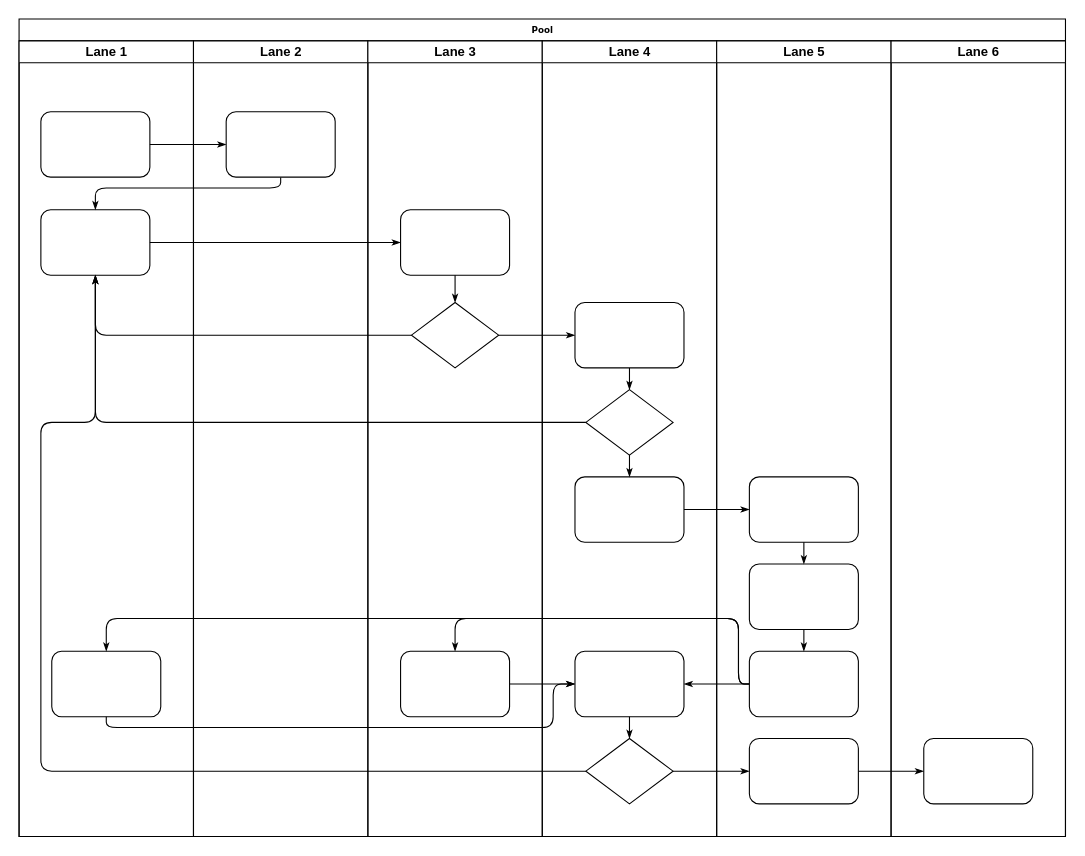
Before: stability_triage.drawio in skyliangbogit/test, a draw.io diagram. Source tidied: cells renumbered, new cells numbered last; positions are measured from the earlier drawing's top-left corner, leaving out a move shared by most shapes. Both pictures are drawn from the tidied source at 109%, with x=0, y=0 at pixel (19, 19).
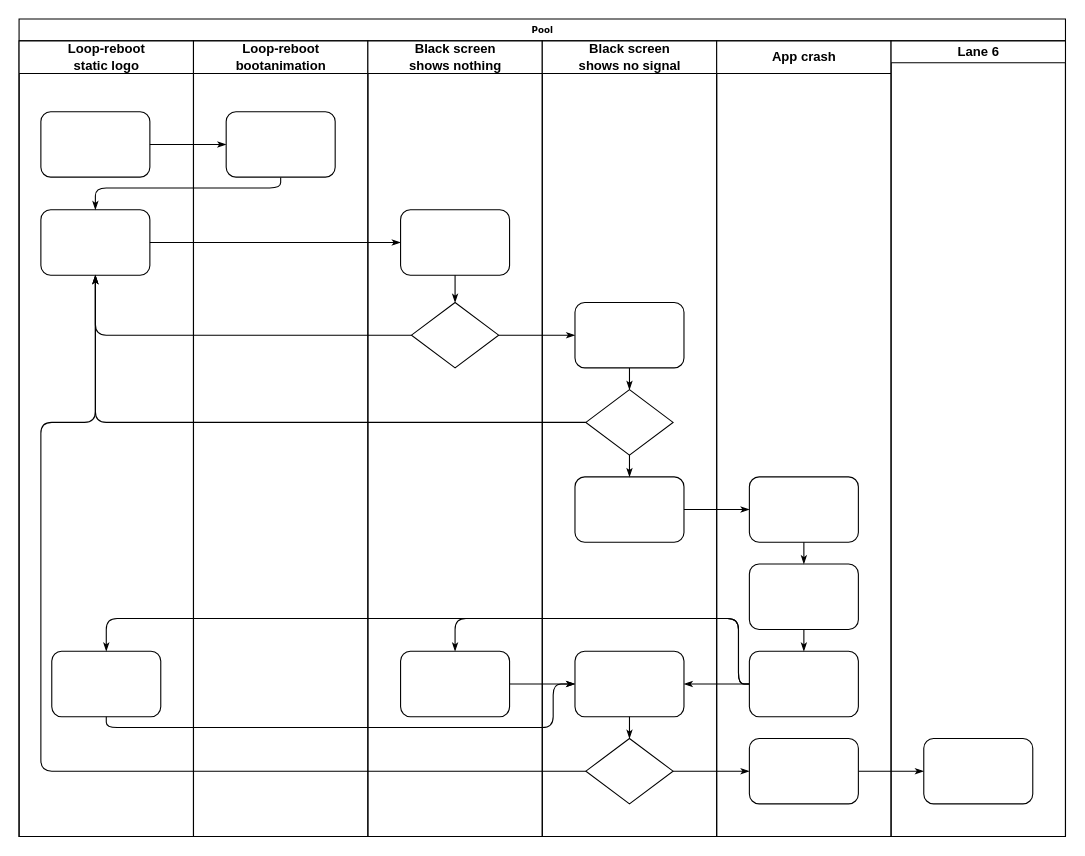
The same diagram, later.

Unchanged cells that the change refers to:
```xml
<mxCell id="2" value="Pool" style="swimlane;html=1;startSize=20;rounded=0;shadow=0;labelBackgroundColor=none;strokeWidth=1;fontFamily=Verdana;fontSize=8;align=center;" parent="1" vertex="1">
  <mxGeometry width="960" height="750" as="geometry" />
</mxCell>
```

Diff of the diagram source:
```diff
@@
-    <mxCell id="3" value="Lane 1" style="swimlane;html=1;startSize=20;" parent="2" vertex="1">
+    <mxCell id="3" value="Loop-reboot&lt;br&gt;static logo" style="swimlane;html=1;startSize=30;" parent="2" vertex="1">
       <mxGeometry y="20" width="160" height="730" as="geometry" />
     </mxCell>
@@
-    <mxCell id="22" value="Lane 2" style="swimlane;html=1;startSize=20;" parent="2" vertex="1">
+    <mxCell id="22" value="Loop-reboot&lt;br&gt;bootanimation" style="swimlane;html=1;startSize=30;" parent="2" vertex="1">
       <mxGeometry x="160" y="20" width="160" height="730" as="geometry" />
     </mxCell>
@@
-    <mxCell id="24" value="Lane 3" style="swimlane;html=1;startSize=20;" parent="2" vertex="1">
+    <mxCell id="24" value="Black screen&lt;br&gt;shows nothing" style="swimlane;html=1;startSize=30;" parent="2" vertex="1">
       <mxGeometry x="320" y="20" width="160" height="730" as="geometry" />
     </mxCell>
@@
-    <mxCell id="29" value="Lane 4" style="swimlane;html=1;startSize=20;" parent="2" vertex="1">
+    <mxCell id="29" value="Black screen&lt;br&gt;shows no signal" style="swimlane;html=1;startSize=30;" parent="2" vertex="1">
       <mxGeometry x="480" y="20" width="160" height="730" as="geometry" />
     </mxCell>
@@
-    <mxCell id="38" value="Lane 5" style="swimlane;html=1;startSize=20;" parent="2" vertex="1">
+    <mxCell id="38" value="App crash" style="swimlane;html=1;startSize=30;" parent="2" vertex="1">
       <mxGeometry x="640" y="20" width="160" height="730" as="geometry" />
     </mxCell>
```
